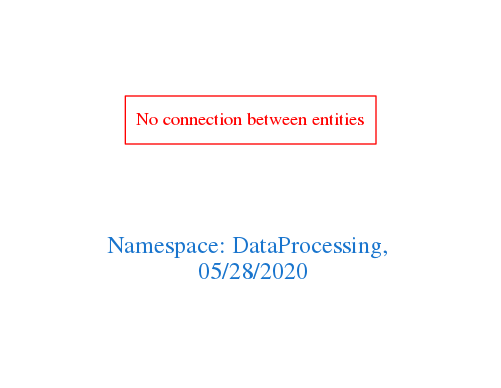
Before: downloads/DataProcessing.png, a diagram exported from Graphviz (arago/OGIT). Its source is kept beside it as downloads/DataProcessing.dot.
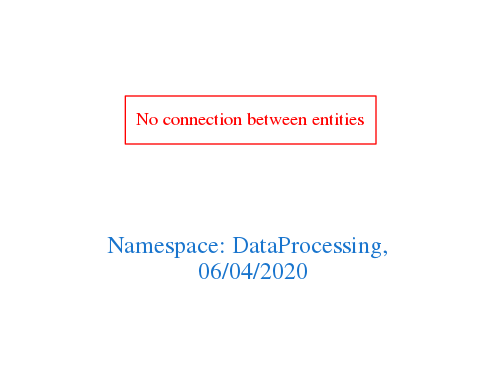
The same file after the commit.

Change to the diagram source:
```diff
@@ -1,7 +1,7 @@
 digraph OGIT_ontology {
  graph [ rankdir= LR,pad=1
 fontsize = 18,
-fontcolor= dodgerblue3,label = "\n\n\nNamespace: DataProcessing, \n 05/28/2020"];
+fontcolor= dodgerblue3,label = "\n\n\nNamespace: DataProcessing, \n 06/04/2020"];
 node[shape=polygon];
 edge [  color="gray81"];
 
```
